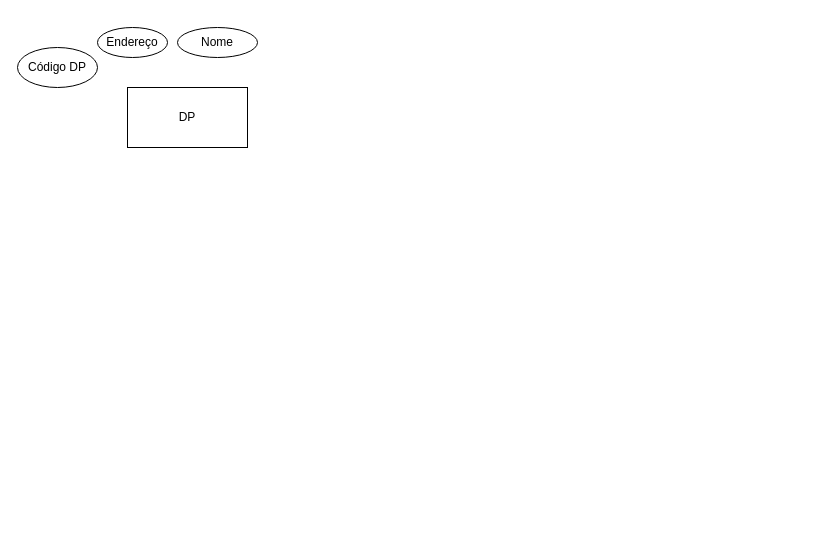
tgoalm/Memorial_PUCRS keeps this draw.io diagram as Banco_de_Dados_Relacional/der-dp.drawio. Above is the earlier version. Source tidied: cells renumbered, new cells numbered last; positions are measured from the earlier drawing's top-left corner, leaving out a move shared by most shapes. Both pictures are drawn from the tidied source at 100%, with x=0, y=0 at pixel (17, 27).
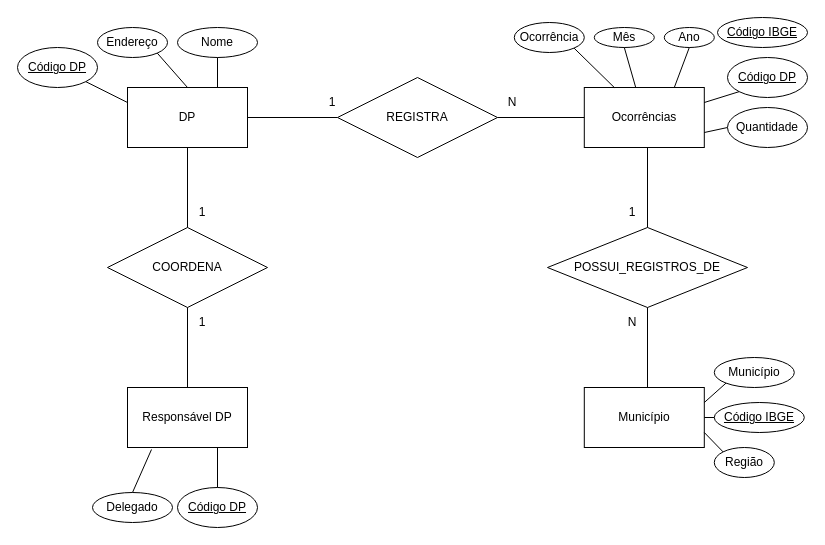
The same page after the edit.

The change refers to these unchanged cells:
```xml
<mxCell id="2" value="DP" style="rounded=0;whiteSpace=wrap;html=1;" parent="1" vertex="1">
  <mxGeometry x="110" y="60" width="120" height="60" as="geometry" />
</mxCell>
<mxCell id="3" value="Endereço" style="ellipse;whiteSpace=wrap;html=1;" parent="1" vertex="1">
  <mxGeometry x="80" width="70" height="30" as="geometry" />
</mxCell>
<mxCell id="4" value="Nome" style="ellipse;whiteSpace=wrap;html=1;" parent="1" vertex="1">
  <mxGeometry x="160" width="80" height="30" as="geometry" />
</mxCell>
```

The edit, as a diff of the source:
```diff
@@
-    <mxCell id="5" value="Código DP" style="ellipse;whiteSpace=wrap;html=1;" parent="1" vertex="1">
+    <mxCell id="5" value="&lt;u&gt;Código DP&lt;/u&gt;" style="ellipse;whiteSpace=wrap;html=1;" parent="1" vertex="1">
       <mxGeometry y="20" width="80" height="40" as="geometry" />
     </mxCell>
+    <mxCell id="6" value="Responsável DP" style="rounded=0;whiteSpace=wrap;html=1;" parent="1" vertex="1">
+      <mxGeometry x="110" y="360" width="120" height="60" as="geometry" />
+    </mxCell>
+    <mxCell id="7" value="&lt;u&gt;Código DP&lt;/u&gt;" style="ellipse;whiteSpace=wrap;html=1;" parent="1" vertex="1">
+      <mxGeometry x="160" y="460" width="80" height="40" as="geometry" />
+    </mxCell>
+    <mxCell id="8" value="Delegado" style="ellipse;whiteSpace=wrap;html=1;" parent="1" vertex="1">
+      <mxGeometry x="75" y="465" width="80" height="30" as="geometry" />
+    </mxCell>
+    <mxCell id="9" value="Município" style="rounded=0;whiteSpace=wrap;html=1;" parent="1" vertex="1">
+      <mxGeometry x="566.8" y="360" width="120" height="60" as="geometry" />
+    </mxCell>
+    <mxCell id="10" value="&lt;u&gt;Código IBGE&lt;/u&gt;" style="ellipse;whiteSpace=wrap;html=1;" parent="1" vertex="1">
+      <mxGeometry x="696.8" y="375" width="90" height="30" as="geometry" />
+    </mxCell>
+    <mxCell id="11" value="Região" style="ellipse;whiteSpace=wrap;html=1;" parent="1" vertex="1">
+      <mxGeometry x="696.8" y="420" width="60" height="30" as="geometry" />
+    </mxCell>
+    <mxCell id="12" value="Município" style="ellipse;whiteSpace=wrap;html=1;" parent="1" vertex="1">
+      <mxGeometry x="696.8" y="330" width="80" height="30" as="geometry" />
+    </mxCell>
+    <mxCell id="13" style="endArrow=none;html=1;rounded=0;entryX=0;entryY=1;entryDx=0;entryDy=0;exitX=1;exitY=0.25;exitDx=0;exitDy=0;" parent="1" edge="1" source="9" target="12">
+      <mxGeometry relative="1" as="geometry" />
+    </mxCell>
+    <mxCell id="14" style="endArrow=none;html=1;rounded=0;entryX=0.5;entryY=1;entryDx=0;entryDy=0;exitX=0.75;exitY=0;exitDx=0;exitDy=0;" parent="1" edge="1" source="2" target="4">
+      <mxGeometry relative="1" as="geometry" />
+    </mxCell>
+    <mxCell id="15" value="Ocorrências" style="rounded=0;whiteSpace=wrap;html=1;" parent="1" vertex="1">
+      <mxGeometry x="566.8" y="60" width="120" height="60" as="geometry" />
+    </mxCell>
+    <mxCell id="16" style="endArrow=none;html=1;rounded=0;exitX=0.5;exitY=0;exitDx=0;exitDy=0;entryX=0.75;entryY=1;entryDx=0;entryDy=0;" parent="1" edge="1" source="7" target="6">
+      <mxGeometry relative="1" as="geometry" />
+    </mxCell>
+    <mxCell id="17" style="endArrow=none;html=1;rounded=0;entryX=0.5;entryY=0;entryDx=0;entryDy=0;exitX=0.2;exitY=1.033;exitDx=0;exitDy=0;exitPerimeter=0;" parent="1" edge="1" source="6" target="8">
+      <mxGeometry relative="1" as="geometry" />
+    </mxCell>
+    <mxCell id="18" style="endArrow=none;html=1;rounded=0;exitX=1;exitY=1;exitDx=0;exitDy=0;entryX=0;entryY=0.25;entryDx=0;entryDy=0;" parent="1" edge="1" source="5" target="2">
+      <mxGeometry relative="1" as="geometry" />
+    </mxCell>
+    <mxCell id="19" style="endArrow=none;html=1;rounded=0;entryX=1;entryY=1;entryDx=0;entryDy=0;exitX=0.5;exitY=0;exitDx=0;exitDy=0;" parent="1" edge="1" source="2" target="3">
+      <mxGeometry relative="1" as="geometry" />
+    </mxCell>
+    <mxCell id="20" style="endArrow=none;html=1;rounded=0;entryX=0;entryY=0;entryDx=0;entryDy=0;exitX=1;exitY=0.75;exitDx=0;exitDy=0;" parent="1" edge="1" source="9" target="11">
+      <mxGeometry relative="1" as="geometry" />
+    </mxCell>
+    <mxCell id="21" style="endArrow=none;html=1;rounded=0;entryX=0;entryY=0.5;entryDx=0;entryDy=0;exitX=1;exitY=0.5;exitDx=0;exitDy=0;" parent="1" edge="1" source="9" target="10">
+      <mxGeometry relative="1" as="geometry" />
+    </mxCell>
+    <mxCell id="22" value="&lt;u&gt;Código DP&lt;/u&gt;" style="ellipse;whiteSpace=wrap;html=1;" parent="1" vertex="1">
+      <mxGeometry x="710" y="30" width="80" height="40" as="geometry" />
+    </mxCell>
+    <mxCell id="23" style="endArrow=none;html=1;rounded=0;entryX=0;entryY=0.5;entryDx=0;entryDy=0;exitX=1;exitY=0.75;exitDx=0;exitDy=0;" parent="1" edge="1" source="15" target="26">
+      <mxGeometry relative="1" as="geometry" />
+    </mxCell>
+    <mxCell id="24" value="&lt;u&gt;Código IBGE&lt;/u&gt;" style="ellipse;whiteSpace=wrap;html=1;" parent="1" vertex="1">
+      <mxGeometry x="700" y="-10" width="90" height="30" as="geometry" />
+    </mxCell>
+    <mxCell id="25" style="endArrow=none;html=1;rounded=0;entryX=0;entryY=1;entryDx=0;entryDy=0;exitX=1;exitY=0.25;exitDx=0;exitDy=0;" parent="1" edge="1" source="15" target="22">
+      <mxGeometry relative="1" as="geometry" />
+    </mxCell>
+    <mxCell id="26" value="Quantidade" style="ellipse;whiteSpace=wrap;html=1;" parent="1" vertex="1">
+      <mxGeometry x="710" y="80" width="80" height="40" as="geometry" />
+    </mxCell>
+    <mxCell id="27" value="Ano" style="ellipse;whiteSpace=wrap;html=1;" parent="1" vertex="1">
+      <mxGeometry x="646.8" width="50" height="20" as="geometry" />
+    </mxCell>
+    <mxCell id="28" value="Mês" style="ellipse;whiteSpace=wrap;html=1;" parent="1" vertex="1">
+      <mxGeometry x="576.8" width="60" height="20" as="geometry" />
+    </mxCell>
+    <mxCell id="29" value="Ocorrência" style="ellipse;whiteSpace=wrap;html=1;" parent="1" vertex="1">
+      <mxGeometry x="496.8" y="-5" width="70" height="30" as="geometry" />
+    </mxCell>
+    <mxCell id="30" style="endArrow=none;html=1;rounded=0;entryX=1;entryY=1;entryDx=0;entryDy=0;exitX=0.25;exitY=0;exitDx=0;exitDy=0;" parent="1" edge="1" source="15" target="29">
+      <mxGeometry relative="1" as="geometry" />
+    </mxCell>
+    <mxCell id="31" style="endArrow=none;html=1;rounded=0;entryX=0.5;entryY=1;entryDx=0;entryDy=0;" parent="1" edge="1" source="15" target="28">
+      <mxGeometry relative="1" as="geometry" />
+    </mxCell>
+    <mxCell id="32" style="endArrow=none;html=1;rounded=0;entryX=0.5;entryY=1;entryDx=0;entryDy=0;exitX=0.75;exitY=0;exitDx=0;exitDy=0;" parent="1" edge="1" source="15" target="27">
+      <mxGeometry relative="1" as="geometry" />
+    </mxCell>
+    <mxCell id="33" value="COORDENA" style="rhombus;whiteSpace=wrap;html=1;" parent="1" vertex="1">
+      <mxGeometry x="90" y="200" width="160" height="80" as="geometry" />
+    </mxCell>
+    <mxCell id="34" style="endArrow=none;html=1;rounded=0;entryX=0.5;entryY=1;entryDx=0;entryDy=0;" parent="1" edge="1" source="33" target="2">
+      <mxGeometry relative="1" as="geometry" />
+    </mxCell>
+    <mxCell id="35" style="endArrow=none;html=1;rounded=0;exitX=0.5;exitY=1;exitDx=0;exitDy=0;entryX=0.5;entryY=0;entryDx=0;entryDy=0;" parent="1" edge="1" source="33" target="6">
+      <mxGeometry relative="1" as="geometry" />
+    </mxCell>
+    <mxCell id="36" value="1" style="text;html=1;strokeColor=none;fillColor=none;align=center;verticalAlign=middle;whiteSpace=wrap;rounded=0;" parent="1" vertex="1">
+      <mxGeometry x="170" y="280" width="30" height="30" as="geometry" />
+    </mxCell>
+    <mxCell id="37" value="1" style="text;html=1;strokeColor=none;fillColor=none;align=center;verticalAlign=middle;whiteSpace=wrap;rounded=0;" parent="1" vertex="1">
+      <mxGeometry x="170" y="170" width="30" height="30" as="geometry" />
+    </mxCell>
+    <mxCell id="38" value="N" style="text;html=1;strokeColor=none;fillColor=none;align=center;verticalAlign=middle;whiteSpace=wrap;rounded=0;" parent="1" vertex="1">
+      <mxGeometry x="600" y="280" width="30" height="30" as="geometry" />
+    </mxCell>
+    <mxCell id="39" value="1" style="text;html=1;strokeColor=none;fillColor=none;align=center;verticalAlign=middle;whiteSpace=wrap;rounded=0;" parent="1" vertex="1">
+      <mxGeometry x="600" y="170" width="30" height="30" as="geometry" />
+    </mxCell>
+    <mxCell id="40" value="N" style="text;html=1;strokeColor=none;fillColor=none;align=center;verticalAlign=middle;whiteSpace=wrap;rounded=0;" parent="1" vertex="1">
+      <mxGeometry x="480" y="60" width="30" height="30" as="geometry" />
+    </mxCell>
+    <mxCell id="41" value="1" style="text;html=1;strokeColor=none;fillColor=none;align=center;verticalAlign=middle;whiteSpace=wrap;rounded=0;" parent="1" vertex="1">
+      <mxGeometry x="300" y="60" width="30" height="30" as="geometry" />
+    </mxCell>
+    <mxCell id="42" value="REGISTRA" style="rhombus;whiteSpace=wrap;html=1;" parent="1" vertex="1">
+      <mxGeometry x="320" y="50" width="160" height="80" as="geometry" />
+    </mxCell>
+    <mxCell id="43" style="endArrow=none;html=1;rounded=0;entryX=1;entryY=0.5;entryDx=0;entryDy=0;exitX=0;exitY=0.5;exitDx=0;exitDy=0;" parent="1" edge="1" source="15" target="42">
+      <mxGeometry relative="1" as="geometry" />
+    </mxCell>
+    <mxCell id="44" style="endArrow=none;html=1;rounded=0;entryX=1;entryY=0.5;entryDx=0;entryDy=0;exitX=0;exitY=0.5;exitDx=0;exitDy=0;" parent="1" edge="1" source="42" target="2">
+      <mxGeometry relative="1" as="geometry" />
+    </mxCell>
+    <mxCell id="45" value="POSSUI_REGISTROS_DE" style="rhombus;whiteSpace=wrap;html=1;" parent="1" vertex="1">
+      <mxGeometry x="530" y="200" width="200" height="80" as="geometry" />
+    </mxCell>
+    <mxCell id="46" style="endArrow=none;html=1;rounded=0;entryX=0.5;entryY=1;entryDx=0;entryDy=0;" parent="1" edge="1" target="45">
+      <mxGeometry relative="1" as="geometry">
+        <mxPoint x="630" y="360" as="sourcePoint" />
+      </mxGeometry>
+    </mxCell>
+    <mxCell id="47" style="endArrow=none;html=1;rounded=0;" parent="1" edge="1" source="45">
+      <mxGeometry relative="1" as="geometry">
+        <mxPoint x="630" y="120" as="targetPoint" />
+      </mxGeometry>
+    </mxCell>
```
